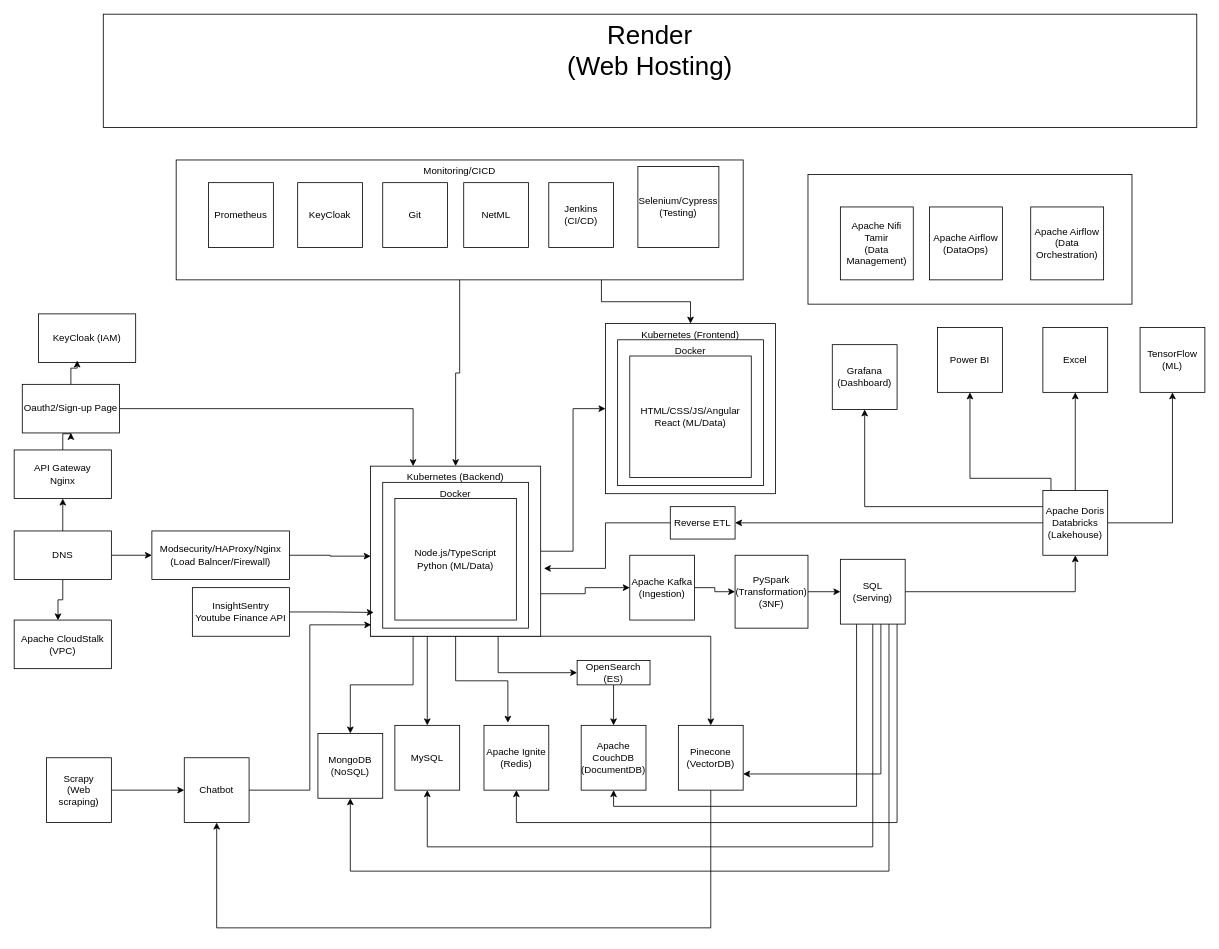
The draw.io diagram StockArchitecture.drawio in AlgorithmIsFun/StockAI, before the edit. Source tidied: cells renumbered, new cells numbered last; positions are measured from the earlier drawing's top-left corner, leaving out a move shared by most shapes. Both pictures are drawn from the tidied source at 81%, with x=0, y=0 at pixel (14, 14).
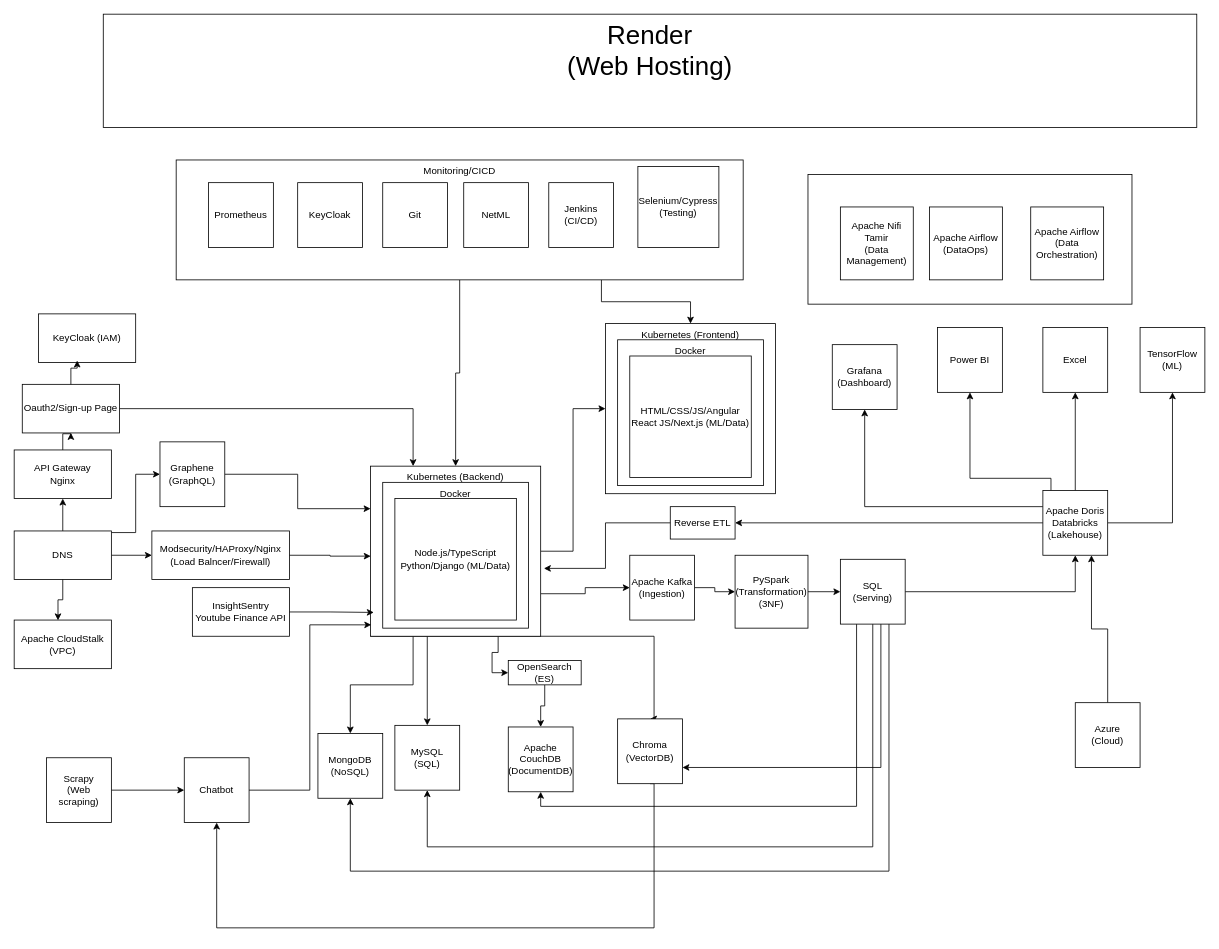
Above is the later version.

The change refers to these unchanged cells:
```xml
<mxCell id="4" value="DNS" style="rounded=0;whiteSpace=wrap;html=1;" parent="1" vertex="1">
  <mxGeometry y="638" width="120" height="60" as="geometry" />
</mxCell>
<mxCell id="20" value="Kubernetes (Backend)" style="whiteSpace=wrap;html=1;verticalAlign=top;" parent="1" vertex="1">
  <mxGeometry x="440" y="558" width="210" height="210" as="geometry" />
</mxCell>
<mxCell id="57" value="SQL&lt;br&gt;(Serving)" style="whiteSpace=wrap;html=1;" parent="1" vertex="1">
  <mxGeometry x="1020" y="673" width="80" height="80" as="geometry" />
</mxCell>
<mxCell id="63" value="Apache Doris&lt;br&gt;Databricks (Lakehouse)" style="whiteSpace=wrap;html=1;" parent="1" vertex="1">
  <mxGeometry x="1270" y="588" width="80" height="80" as="geometry" />
</mxCell>
<mxCell id="74" value="Chatbot" style="whiteSpace=wrap;html=1;" parent="1" vertex="1">
  <mxGeometry x="210" y="918" width="80" height="80" as="geometry" />
</mxCell>
```

Change to the diagram source:
```diff
@@
+    <mxCell id="79" style="edgeStyle=orthogonalEdgeStyle;rounded=0;jettySize=auto;html=1;entryX=0;entryY=0.5;entryDx=0;entryDy=0;" parent="1" edge="1" source="4" target="83">
+      <mxGeometry relative="1" as="geometry">
+        <Array as="points">
+          <mxPoint x="150" y="640" />
+          <mxPoint x="150" y="568" />
+        </Array>
+      </mxGeometry>
+    </mxCell>
@@
     <mxCell id="18" style="edgeStyle=orthogonalEdgeStyle;rounded=0;jettySize=auto;html=1;exitX=0;exitY=1;exitDx=0;exitDy=0;entryX=0.5;entryY=0;entryDx=0;entryDy=0;" parent="1" edge="1" source="20" target="35">
       <mxGeometry relative="1" as="geometry">
         <Array as="points">
-          <mxPoint x="860" y="768" />
+          <mxPoint x="790" y="768" />
+          <mxPoint x="790" y="870" />
         </Array>
       </mxGeometry>
     </mxCell>
@@
-    <mxCell id="22" value="Node.js/TypeScript&lt;br&gt;Python (ML/Data)" style="whiteSpace=wrap;html=1;" parent="1" vertex="1">
+    <mxCell id="22" value="Node.js/TypeScript&lt;br&gt;Python/Django (ML/Data)" style="whiteSpace=wrap;html=1;" parent="1" vertex="1">
       <mxGeometry x="470" y="598" width="150" height="150" as="geometry" />
     </mxCell>
@@
-    <mxCell id="26" value="HTML/CSS/JS/Angular&lt;br&gt;React (ML/Data)" style="whiteSpace=wrap;html=1;" parent="1" vertex="1">
+    <mxCell id="26" value="HTML/CSS/JS/Angular&lt;br&gt;React JS/Next.js (ML/Data)" style="whiteSpace=wrap;html=1;" parent="1" vertex="1">
       <mxGeometry x="760" y="422" width="150" height="150" as="geometry" />
     </mxCell>
@@
-    <mxCell id="28" value="MySQL" style="whiteSpace=wrap;html=1;" parent="1" vertex="1">
+    <mxCell id="28" value="MySQL&lt;div&gt;(SQL)&lt;/div&gt;" style="whiteSpace=wrap;html=1;" parent="1" vertex="1">
       <mxGeometry x="470" y="878" width="80" height="80" as="geometry" />
     </mxCell>
-    <mxCell id="29" value="Apache Ignite (Redis)" style="whiteSpace=wrap;html=1;" parent="1" vertex="1">
-      <mxGeometry x="580" y="878" width="80" height="80" as="geometry" />
-    </mxCell>
     <mxCell id="30" value="Apache CouchDB (DocumentDB)" style="whiteSpace=wrap;html=1;" parent="1" vertex="1">
-      <mxGeometry x="700" y="878" width="80" height="80" as="geometry" />
+      <mxGeometry x="610" y="880" width="80" height="80" as="geometry" />
     </mxCell>
@@
     <mxCell id="32" value="OpenSearch (ES)" style="rounded=0;whiteSpace=wrap;html=1;" parent="1" vertex="1">
-      <mxGeometry x="695" y="798" width="90" height="30" as="geometry" />
+      <mxGeometry x="610" y="798" width="90" height="30" as="geometry" />
     </mxCell>
-    <mxCell id="33" style="edgeStyle=orthogonalEdgeStyle;rounded=0;jettySize=auto;html=1;entryX=0.369;entryY=-0.04;entryDx=0;entryDy=0;entryPerimeter=0;" parent="1" edge="1" source="20" target="29">
-      <mxGeometry relative="1" as="geometry" />
-    </mxCell>
     <mxCell id="34" style="edgeStyle=orthogonalEdgeStyle;rounded=0;jettySize=auto;html=1;exitX=0.5;exitY=1;exitDx=0;exitDy=0;entryX=0.5;entryY=1;entryDx=0;entryDy=0;" parent="1" edge="1" source="35" target="74">
       <mxGeometry relative="1" as="geometry">
         <Array as="points">
-          <mxPoint x="860" y="1128" />
+          <mxPoint x="790" y="950" />
+          <mxPoint x="790" y="1128" />
           <mxPoint x="250" y="1128" />
         </Array>
       </mxGeometry>
     </mxCell>
-    <mxCell id="35" value="Pinecone (VectorDB)" style="whiteSpace=wrap;html=1;" parent="1" vertex="1">
-      <mxGeometry x="820" y="878" width="80" height="80" as="geometry" />
+    <mxCell id="35" value="Chroma&lt;div&gt;(VectorDB)&lt;/div&gt;" style="whiteSpace=wrap;html=1;" parent="1" vertex="1">
+      <mxGeometry x="745" y="870" width="80" height="80" as="geometry" />
     </mxCell>
@@
     <mxCell id="52" style="edgeStyle=orthogonalEdgeStyle;rounded=0;jettySize=auto;html=1;entryX=1;entryY=0.75;entryDx=0;entryDy=0;" parent="1" edge="1" source="57" target="35">
       <mxGeometry relative="1" as="geometry">
         <Array as="points">
-          <mxPoint x="1070" y="938" />
+          <mxPoint x="1070" y="930" />
         </Array>
       </mxGeometry>
     </mxCell>
     <mxCell id="53" style="edgeStyle=orthogonalEdgeStyle;rounded=0;jettySize=auto;html=1;entryX=0.5;entryY=1;entryDx=0;entryDy=0;" parent="1" edge="1" source="57" target="30">
       <mxGeometry relative="1" as="geometry">
         <Array as="points">
           <mxPoint x="1040" y="978" />
-          <mxPoint x="740" y="978" />
+          <mxPoint x="650" y="978" />
         </Array>
       </mxGeometry>
     </mxCell>
-    <mxCell id="54" style="edgeStyle=orthogonalEdgeStyle;rounded=0;jettySize=auto;html=1;entryX=0.5;entryY=1;entryDx=0;entryDy=0;" parent="1" edge="1" source="57" target="29">
-      <mxGeometry relative="1" as="geometry">
-        <Array as="points">
-          <mxPoint x="1090" y="998" />
-          <mxPoint x="620" y="998" />
-        </Array>
-      </mxGeometry>
-    </mxCell>
@@
+    <mxCell id="80" style="edgeStyle=orthogonalEdgeStyle;rounded=0;jettySize=auto;html=1;entryX=0.75;entryY=1;entryDx=0;entryDy=0;" parent="1" edge="1" source="81" target="63">
+      <mxGeometry relative="1" as="geometry" />
+    </mxCell>
+    <mxCell id="81" value="Azure&lt;div&gt;(Cloud)&lt;/div&gt;" style="whiteSpace=wrap;html=1;" parent="1" vertex="1">
+      <mxGeometry x="1310" y="850" width="80" height="80" as="geometry" />
+    </mxCell>
+    <mxCell id="82" style="edgeStyle=orthogonalEdgeStyle;rounded=0;jettySize=auto;html=1;entryX=0;entryY=0.25;entryDx=0;entryDy=0;" parent="1" edge="1" source="83" target="20">
+      <mxGeometry relative="1" as="geometry" />
+    </mxCell>
+    <mxCell id="83" value="Graphene&lt;br&gt;(GraphQL)" style="whiteSpace=wrap;html=1;" parent="1" vertex="1">
+      <mxGeometry x="180" y="528" width="80" height="80" as="geometry" />
+    </mxCell>
```
